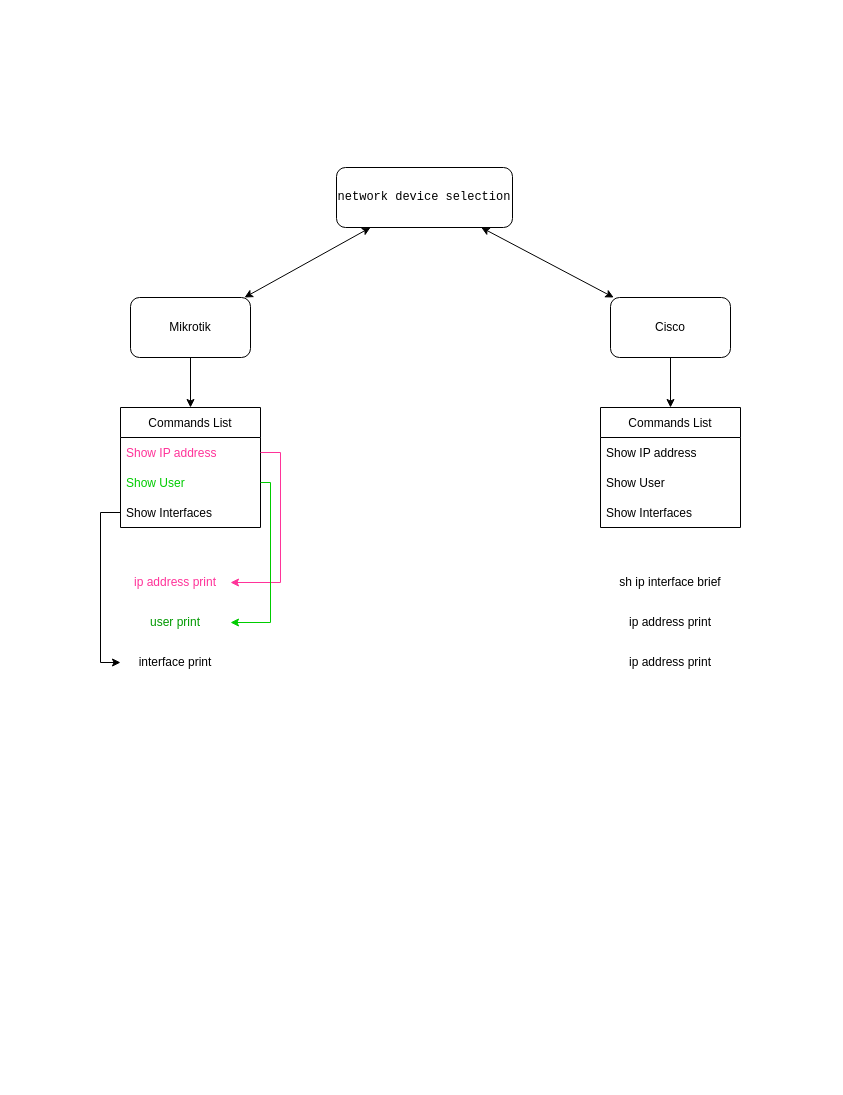
Above: Untitled Diagram.drawio in romarioZ1000/netbox-scripts (draw.io), before the change. Source tidied: cells renumbered, new cells numbered last; positions are measured from the earlier drawing's top-left corner, leaving out a move shared by most shapes. Both pictures are drawn from the tidied source at 100%, with x=0, y=0 at pixel (120, 167).
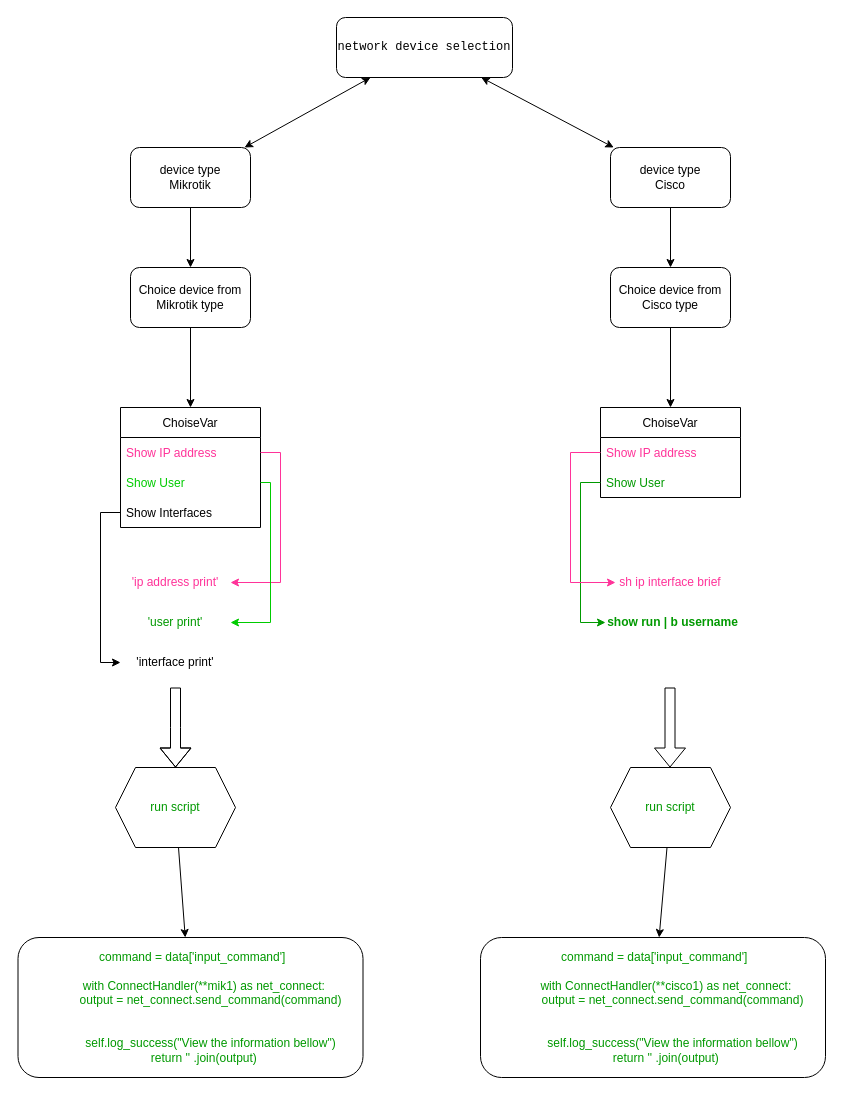
The same page after the edit.

Change to the diagram source:
```diff
@@
     <mxCell id="2" value="&lt;pre dir=&quot;ltr&quot; style=&quot;text-align:left&quot; id=&quot;tw-target-text&quot; class=&quot;tw-data-text tw-text-large tw-ta&quot;&gt;&lt;span class=&quot;Y2IQFc&quot; lang=&quot;en&quot;&gt;network device selection&lt;/span&gt;&lt;/pre&gt;" style="rounded=1;whiteSpace=wrap;html=1;" parent="1" vertex="1">
-      <mxGeometry x="216" width="176" height="60" as="geometry" />
+      <mxGeometry x="216" y="-150" width="176" height="60" as="geometry" />
     </mxCell>
-    <mxCell id="3" style="edgeStyle=orthogonalEdgeStyle;rounded=0;jettySize=auto;html=1;entryX=0.5;entryY=0;entryDx=0;entryDy=0;" parent="1" edge="1" source="4" target="9">
-      <mxGeometry relative="1" as="geometry" />
-    </mxCell>
+    <mxCell id="26" style="edgeStyle=orthogonalEdgeStyle;rounded=0;jettySize=auto;html=1;fontColor=#009900;strokeColor=#000000;" parent="1" edge="1" source="4" target="30">
+      <mxGeometry relative="1" as="geometry" />
+    </mxCell>
-    <mxCell id="4" value="Mikrotik" style="rounded=1;whiteSpace=wrap;html=1;" parent="1" vertex="1">
-      <mxGeometry x="10" y="130" width="120" height="60" as="geometry" />
+    <mxCell id="4" value="&lt;div&gt;device type&lt;br&gt;&lt;/div&gt;&lt;div&gt;Mikrotik&lt;/div&gt;" style="rounded=1;whiteSpace=wrap;html=1;" parent="1" vertex="1">
+      <mxGeometry x="10" y="-20" width="120" height="60" as="geometry" />
     </mxCell>
-    <mxCell id="5" style="edgeStyle=orthogonalEdgeStyle;rounded=0;jettySize=auto;html=1;entryX=0.5;entryY=0;entryDx=0;entryDy=0;" parent="1" edge="1" source="6" target="13">
-      <mxGeometry relative="1" as="geometry" />
-    </mxCell>
+    <mxCell id="27" style="edgeStyle=orthogonalEdgeStyle;rounded=0;jettySize=auto;html=1;fontColor=#009900;strokeColor=#000000;" parent="1" edge="1" source="6" target="32">
+      <mxGeometry relative="1" as="geometry" />
+    </mxCell>
-    <mxCell id="6" value="Cisco" style="rounded=1;whiteSpace=wrap;html=1;" parent="1" vertex="1">
-      <mxGeometry x="490" y="130" width="120" height="60" as="geometry" />
+    <mxCell id="6" value="&lt;div&gt;device type&lt;br&gt;&lt;/div&gt;&lt;div&gt;Cisco&lt;br&gt;&lt;/div&gt;" style="rounded=1;whiteSpace=wrap;html=1;" parent="1" vertex="1">
+      <mxGeometry x="490" y="-20" width="120" height="60" as="geometry" />
     </mxCell>
@@
-    <mxCell id="9" value="Commands List" style="swimlane;fontStyle=0;horizontal=1;startSize=30;" parent="1" vertex="1">
+    <mxCell id="9" value="ChoiseVar" style="swimlane;fontStyle=0;horizontal=1;startSize=30;" parent="1" vertex="1">
       <mxGeometry y="240" width="140" height="120" as="geometry" />
     </mxCell>
@@
-    <mxCell id="13" value="Commands List" style="swimlane;fontStyle=0;horizontal=1;startSize=30;" parent="1" vertex="1">
-      <mxGeometry x="480" y="240" width="140" height="120" as="geometry" />
+    <mxCell id="13" value="ChoiseVar" style="swimlane;fontStyle=0;horizontal=1;startSize=30;" parent="1" vertex="1">
+      <mxGeometry x="480" y="240" width="140" height="90" as="geometry" />
     </mxCell>
-    <mxCell id="14" value="Show IP address" style="text;strokeColor=none;fillColor=none;align=left;verticalAlign=middle;spacingLeft=4;spacingRight=4;overflow=hidden;points=[[0,0.5],[1,0.5]];portConstraint=eastwest;" parent="13" vertex="1">
+    <mxCell id="14" value="Show IP address" style="text;strokeColor=none;fillColor=none;align=left;verticalAlign=middle;spacingLeft=4;spacingRight=4;overflow=hidden;points=[[0,0.5],[1,0.5]];portConstraint=eastwest;fontColor=#FF3399;" parent="13" vertex="1">
       <mxGeometry y="30" width="140" height="30" as="geometry" />
     </mxCell>
-    <mxCell id="15" value="Show User" style="text;strokeColor=none;fillColor=none;align=left;verticalAlign=middle;spacingLeft=4;spacingRight=4;overflow=hidden;points=[[0,0.5],[1,0.5]];portConstraint=eastwest;" parent="13" vertex="1">
+    <mxCell id="15" value="Show User" style="text;strokeColor=none;fillColor=none;align=left;verticalAlign=middle;spacingLeft=4;spacingRight=4;overflow=hidden;points=[[0,0.5],[1,0.5]];portConstraint=eastwest;fontColor=#009900;" parent="13" vertex="1">
       <mxGeometry y="60" width="140" height="30" as="geometry" />
     </mxCell>
-    <mxCell id="16" value="Show Interfaces" style="text;strokeColor=none;fillColor=none;align=left;verticalAlign=middle;spacingLeft=4;spacingRight=4;overflow=hidden;" parent="13" vertex="1">
-      <mxGeometry y="90" width="140" height="30" as="geometry" />
-    </mxCell>
-    <mxCell id="17" value="&lt;font color=&quot;#009900&quot;&gt;user print&lt;/font&gt;" style="text;html=1;strokeColor=none;fillColor=none;align=center;verticalAlign=middle;whiteSpace=wrap;rounded=0;" parent="1" vertex="1">
+    <mxCell id="17" value="&lt;font color=&quot;#009900&quot;&gt;'user print'&lt;/font&gt;" style="text;html=1;strokeColor=none;fillColor=none;align=center;verticalAlign=middle;whiteSpace=wrap;rounded=0;" parent="1" vertex="1">
       <mxGeometry y="440" width="110" height="30" as="geometry" />
     </mxCell>
-    <mxCell id="18" value="&lt;font color=&quot;#FF3399&quot;&gt;ip address print&lt;/font&gt;" style="text;html=1;strokeColor=none;fillColor=none;align=center;verticalAlign=middle;whiteSpace=wrap;rounded=0;" parent="1" vertex="1">
+    <mxCell id="18" value="&lt;font color=&quot;#FF3399&quot;&gt;'ip address print'&lt;/font&gt;" style="text;html=1;strokeColor=none;fillColor=none;align=center;verticalAlign=middle;whiteSpace=wrap;rounded=0;" parent="1" vertex="1">
       <mxGeometry y="400" width="110" height="30" as="geometry" />
     </mxCell>
-    <mxCell id="19" value="interface print" style="text;html=1;strokeColor=none;fillColor=none;align=center;verticalAlign=middle;whiteSpace=wrap;rounded=0;" parent="1" vertex="1">
+    <mxCell id="19" value="'interface print'" style="text;html=1;strokeColor=none;fillColor=none;align=center;verticalAlign=middle;whiteSpace=wrap;rounded=0;" parent="1" vertex="1">
       <mxGeometry y="480" width="110" height="30" as="geometry" />
     </mxCell>
-    <mxCell id="20" value="ip address print" style="text;html=1;strokeColor=none;fillColor=none;align=center;verticalAlign=middle;whiteSpace=wrap;rounded=0;" parent="1" vertex="1">
-      <mxGeometry x="495" y="480" width="110" height="30" as="geometry" />
-    </mxCell>
-    <mxCell id="21" value="ip address print" style="text;html=1;strokeColor=none;fillColor=none;align=center;verticalAlign=middle;whiteSpace=wrap;rounded=0;" parent="1" vertex="1">
-      <mxGeometry x="495" y="440" width="110" height="30" as="geometry" />
+    <mxCell id="21" value="&lt;font color=&quot;#009900&quot;&gt;&lt;span class=&quot;ILfuVd&quot;&gt;&lt;span class=&quot;hgKElc&quot;&gt;&lt;b&gt;show run | b username&lt;/b&gt;&lt;/span&gt;&lt;/span&gt;&lt;/font&gt;" style="text;html=1;strokeColor=none;fillColor=none;align=center;verticalAlign=middle;whiteSpace=wrap;rounded=0;" parent="1" vertex="1">
+      <mxGeometry x="485" y="440" width="135" height="30" as="geometry" />
     </mxCell>
-    <mxCell id="22" value="sh ip interface brief" style="text;html=1;strokeColor=none;fillColor=none;align=center;verticalAlign=middle;whiteSpace=wrap;rounded=0;" parent="1" vertex="1">
+    <mxCell id="22" value="&lt;font color=&quot;#FF3399&quot;&gt;sh ip interface brief&lt;/font&gt;" style="text;html=1;strokeColor=none;fillColor=none;align=center;verticalAlign=middle;whiteSpace=wrap;rounded=0;" parent="1" vertex="1">
       <mxGeometry x="495" y="400" width="110" height="30" as="geometry" />
     </mxCell>
@@
+    <mxCell id="28" style="edgeStyle=orthogonalEdgeStyle;rounded=0;jettySize=auto;html=1;exitX=0;exitY=0.5;exitDx=0;exitDy=0;entryX=0;entryY=0.5;entryDx=0;entryDy=0;fontColor=#00FF00;strokeColor=#009900;" parent="1" edge="1" source="15" target="21">
+      <mxGeometry relative="1" as="geometry" />
+    </mxCell>
+    <mxCell id="29" style="edgeStyle=orthogonalEdgeStyle;rounded=0;jettySize=auto;html=1;fontColor=#009900;strokeColor=#000000;" parent="1" edge="1" source="30" target="9">
+      <mxGeometry relative="1" as="geometry" />
+    </mxCell>
+    <mxCell id="30" value="Choice device from Mikrotik type " style="rounded=1;whiteSpace=wrap;html=1;" parent="1" vertex="1">
+      <mxGeometry x="10" y="100" width="120" height="60" as="geometry" />
+    </mxCell>
+    <mxCell id="31" style="edgeStyle=orthogonalEdgeStyle;rounded=0;jettySize=auto;html=1;fontColor=#009900;strokeColor=#000000;entryX=0.5;entryY=0;entryDx=0;entryDy=0;" parent="1" edge="1" source="32" target="13">
+      <mxGeometry relative="1" as="geometry" />
+    </mxCell>
+    <mxCell id="32" value="Choice device from Cisco type " style="rounded=1;whiteSpace=wrap;html=1;" parent="1" vertex="1">
+      <mxGeometry x="490" y="100" width="120" height="60" as="geometry" />
+    </mxCell>
+    <mxCell id="33" style="edgeStyle=orthogonalEdgeStyle;rounded=0;jettySize=auto;html=1;exitX=0;exitY=0.5;exitDx=0;exitDy=0;entryX=0;entryY=0.5;entryDx=0;entryDy=0;fontColor=#009900;strokeColor=#FF3399;" parent="1" edge="1" source="14" target="22">
+      <mxGeometry relative="1" as="geometry">
+        <Array as="points">
+          <mxPoint x="450" y="285" />
+          <mxPoint x="450" y="415" />
+        </Array>
+      </mxGeometry>
+    </mxCell>
+    <mxCell id="34" value="run script" style="shape=hexagon;perimeter=hexagonPerimeter2;whiteSpace=wrap;html=1;fixedSize=1;fontColor=#009900;" parent="1" vertex="1">
+      <mxGeometry x="-5" y="600" width="120" height="80" as="geometry" />
+    </mxCell>
+    <mxCell id="35" value="run script" style="shape=hexagon;perimeter=hexagonPerimeter2;whiteSpace=wrap;html=1;fixedSize=1;fontColor=#009900;" parent="1" vertex="1">
+      <mxGeometry x="490" y="600" width="120" height="80" as="geometry" />
+    </mxCell>
+    <mxCell id="36" style="shape=flexArrow;endArrow=classic;html=1;rounded=0;fontColor=#009900;strokeColor=#000000;entryX=0.5;entryY=0;entryDx=0;entryDy=0;" parent="1" edge="1" target="34">
+      <mxGeometry relative="1" as="geometry">
+        <mxPoint x="55" y="520" as="sourcePoint" />
+        <Array as="points">
+          <mxPoint x="55" y="560" />
+        </Array>
+      </mxGeometry>
+    </mxCell>
+    <mxCell id="37" style="shape=flexArrow;endArrow=classic;html=1;rounded=0;fontColor=#009900;strokeColor=#000000;entryX=0.5;entryY=0;entryDx=0;entryDy=0;" parent="1" edge="1">
+      <mxGeometry relative="1" as="geometry">
+        <mxPoint x="549.5" y="520" as="sourcePoint" />
+        <mxPoint x="549.5" y="600" as="targetPoint" />
+      </mxGeometry>
+    </mxCell>
+    <mxCell id="38" value="&amp;nbsp;command = data['input_command']&lt;br&gt;&lt;br&gt;&amp;nbsp;&amp;nbsp;&amp;nbsp;&amp;nbsp;&amp;nbsp;&amp;nbsp;&amp;nbsp; with ConnectHandler(**mik1) as net_connect:&lt;br&gt;&amp;nbsp;&amp;nbsp;&amp;nbsp;&amp;nbsp;&amp;nbsp;&amp;nbsp;&amp;nbsp;&amp;nbsp;&amp;nbsp;&amp;nbsp;&amp;nbsp; output = net_connect.send_command(command)&lt;br&gt;&lt;br&gt;&lt;br&gt;&amp;nbsp;&amp;nbsp;&amp;nbsp;&amp;nbsp;&amp;nbsp;&amp;nbsp;&amp;nbsp;&amp;nbsp;&amp;nbsp;&amp;nbsp;&amp;nbsp; self.log_success(&quot;View the information bellow&quot;)&lt;br&gt;&amp;nbsp;&amp;nbsp;&amp;nbsp;&amp;nbsp;&amp;nbsp;&amp;nbsp;&amp;nbsp; return '' .join(output)" style="rounded=1;whiteSpace=wrap;html=1;fontColor=#009900;" parent="1" vertex="1">
+      <mxGeometry x="-102.5" y="770" width="345" height="140" as="geometry" />
+    </mxCell>
+    <mxCell id="39" style="endArrow=classic;html=1;rounded=0;fontColor=#009900;strokeColor=#000000;" parent="1" edge="1" source="34" target="38">
+      <mxGeometry relative="1" as="geometry" />
+    </mxCell>
+    <mxCell id="40" style="endArrow=classic;html=1;rounded=0;fontColor=#009900;strokeColor=#000000;" parent="1" edge="1" source="35" target="41">
+      <mxGeometry relative="1" as="geometry" />
+    </mxCell>
+    <mxCell id="41" value="&amp;nbsp;command = data['input_command']&lt;br&gt;&lt;br&gt;&amp;nbsp;&amp;nbsp;&amp;nbsp;&amp;nbsp;&amp;nbsp;&amp;nbsp;&amp;nbsp; with ConnectHandler(**cisco1) as net_connect:&lt;br&gt;&amp;nbsp;&amp;nbsp;&amp;nbsp;&amp;nbsp;&amp;nbsp;&amp;nbsp;&amp;nbsp;&amp;nbsp;&amp;nbsp;&amp;nbsp;&amp;nbsp; output = net_connect.send_command(command)&lt;br&gt;&lt;br&gt;&lt;br&gt;&amp;nbsp;&amp;nbsp;&amp;nbsp;&amp;nbsp;&amp;nbsp;&amp;nbsp;&amp;nbsp;&amp;nbsp;&amp;nbsp;&amp;nbsp;&amp;nbsp; self.log_success(&quot;View the information bellow&quot;)&lt;br&gt;&amp;nbsp;&amp;nbsp;&amp;nbsp;&amp;nbsp;&amp;nbsp;&amp;nbsp;&amp;nbsp; return '' .join(output)" style="rounded=1;whiteSpace=wrap;html=1;fontColor=#009900;" parent="1" vertex="1">
+      <mxGeometry x="360" y="770" width="345" height="140" as="geometry" />
+    </mxCell>
```
